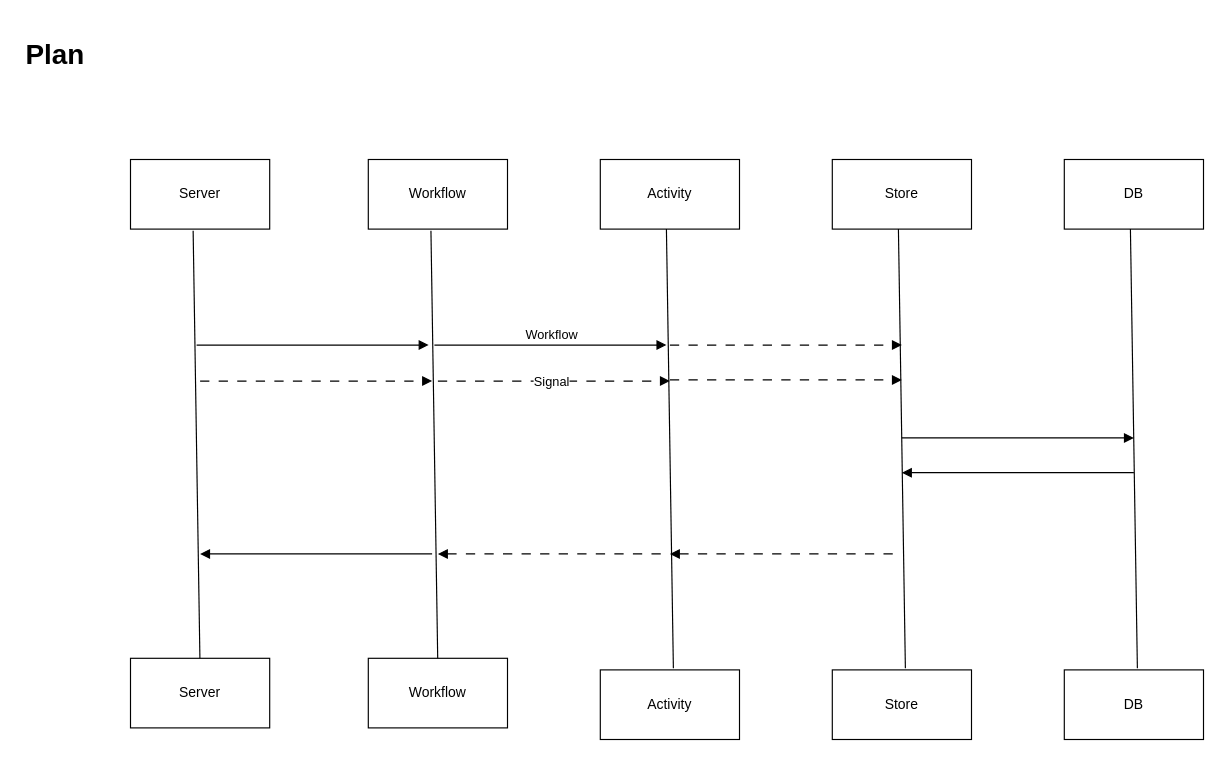
Earlier version of the draw.io diagram structure.drawio (unijad/temporal-tutorial-example-01). Source tidied: cells renumbered, new cells numbered last; positions are measured from the earlier drawing's top-left corner, leaving out a move shared by most shapes. Both pictures are drawn from the tidied source at 116%, with x=0, y=0 at pixel (20, 31).
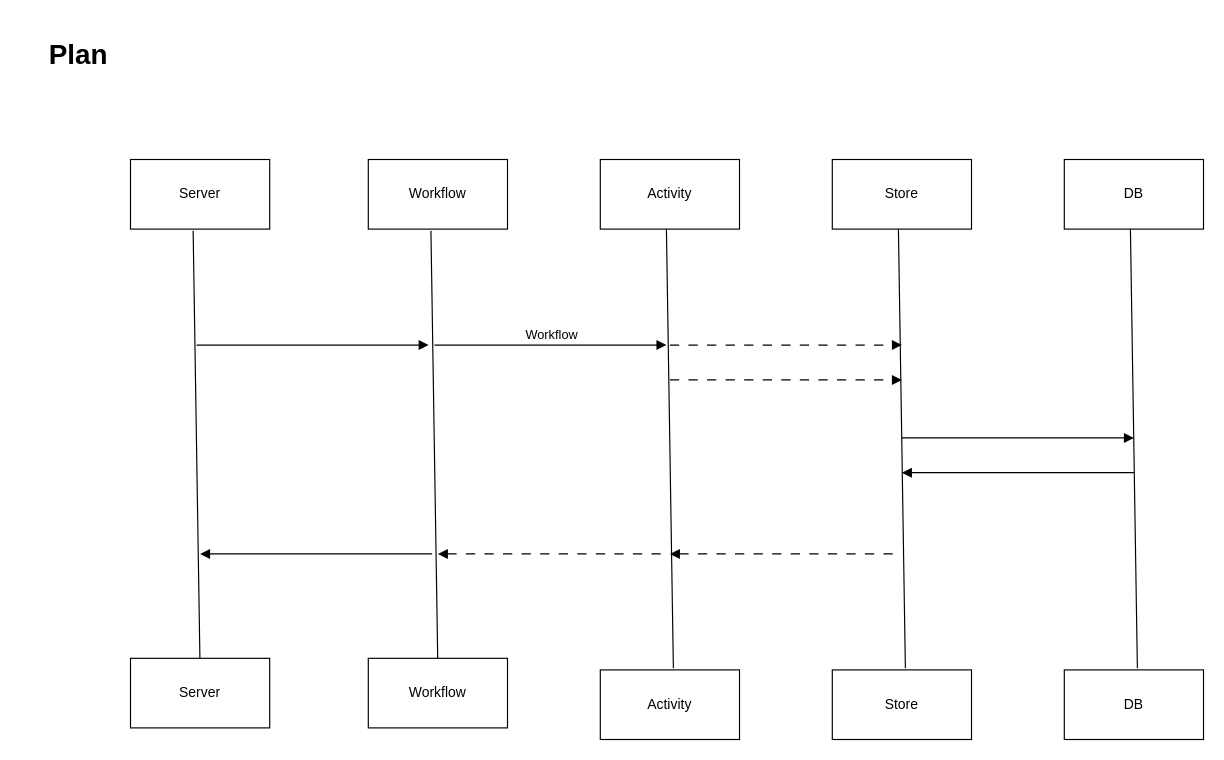
The same page after the edit.

Unchanged cells that the change refers to:
```xml
<mxCell id="15" style="endArrow=block;html=1;endFill=1;" parent="1" edge="1">
  <mxGeometry relative="1" as="geometry">
    <mxPoint x="357" y="270" as="sourcePoint" />
    <mxPoint x="557" y="270" as="targetPoint" />
  </mxGeometry>
</mxCell>
```

The edit, as a diff of the source:
```diff
@@
     <mxCell id="2" value="&lt;h1&gt;&lt;span style=&quot;background-color: initial;&quot;&gt;Plan&lt;/span&gt;&lt;/h1&gt;" style="text;html=1;strokeColor=none;fillColor=none;spacing=5;spacingTop=-20;whiteSpace=wrap;overflow=hidden;rounded=0;" parent="1" vertex="1">
-      <mxGeometry width="190" height="40" as="geometry" />
+      <mxGeometry x="20" width="190" height="40" as="geometry" />
     </mxCell>
@@
-    <mxCell id="12" style="endArrow=block;html=1;endFill=1;dashed=1;dashPattern=8 8;" parent="1" edge="1">
-      <mxGeometry relative="1" as="geometry">
-        <mxPoint x="360" y="301" as="sourcePoint" />
-        <mxPoint x="560" y="301" as="targetPoint" />
-      </mxGeometry>
-    </mxCell>
@@
-    <mxCell id="17" value="Signal" style="edgeLabel;html=1;align=center;verticalAlign=middle;" parent="15" vertex="1">
-      <mxGeometry x="-0.21" y="1" relative="1" as="geometry">
-        <mxPoint x="21" y="32" as="offset" />
-      </mxGeometry>
-    </mxCell>
@@
-    <mxCell id="28" style="endArrow=block;html=1;endFill=1;dashed=1;dashPattern=8 8;" parent="1" edge="1">
-      <mxGeometry relative="1" as="geometry">
-        <mxPoint x="155" y="301" as="sourcePoint" />
-        <mxPoint x="355" y="301" as="targetPoint" />
-      </mxGeometry>
-    </mxCell>
```
